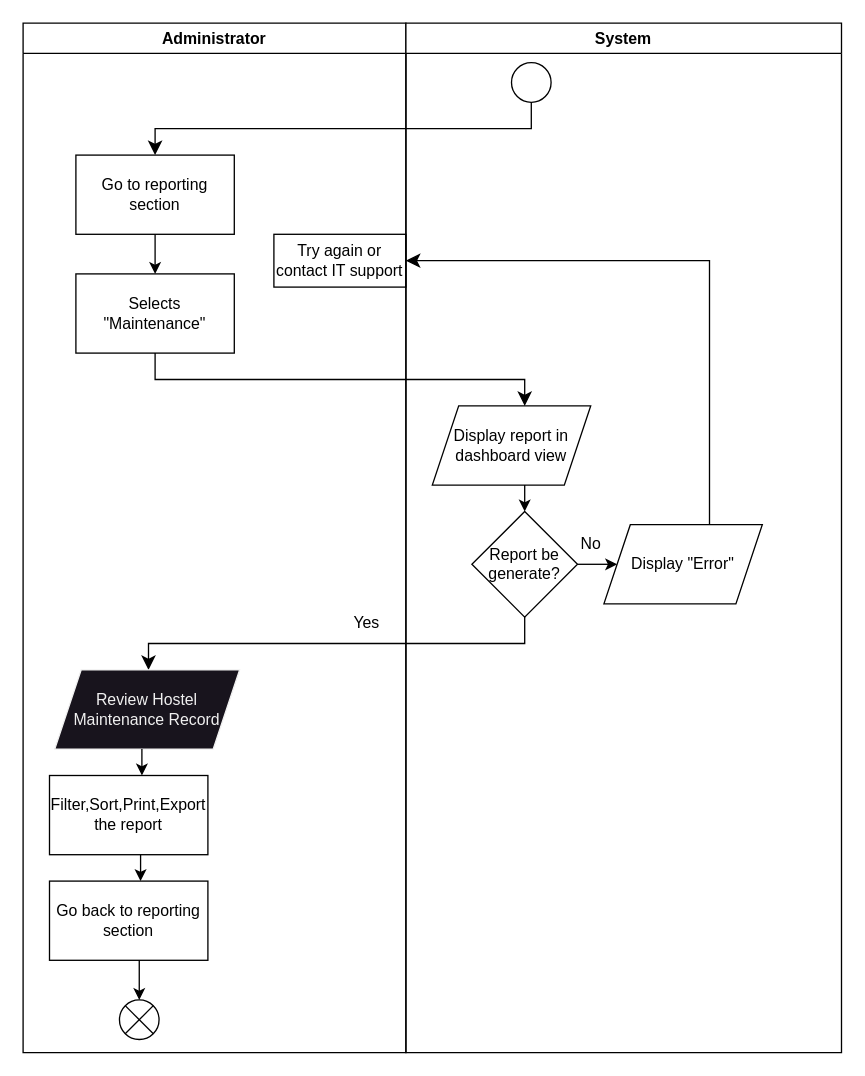
drshahizan/software-engineering keeps this draw.io diagram as project/drawio/stakeholder/activity diagram/uc08.drawio. Above is the earlier version. Source tidied: cells renumbered, new cells numbered last; positions are measured from the earlier drawing's top-left corner, leaving out a move shared by most shapes. Both pictures are drawn from the tidied source at 132%, with x=0, y=0 at pixel (22, 22).
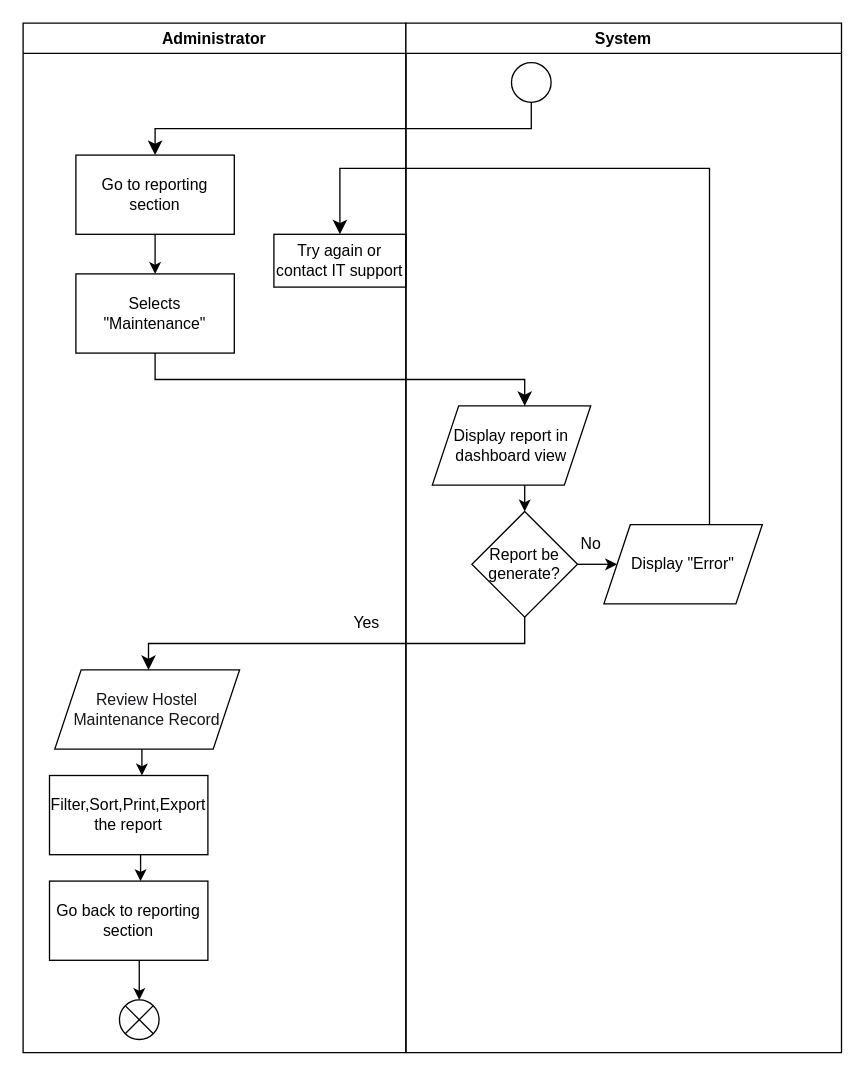
The same page after the edit.

Diff of the diagram source:
```diff
@@
-    <mxCell id="13" value="Review Hostel Maintenance Record" style="shape=parallelogram;perimeter=parallelogramPerimeter;whiteSpace=wrap;html=1;fixedSize=1;fontFamily=Helvetica;fontSize=12;fontColor=rgb(240, 240, 240);align=center;strokeColor=rgb(240, 240, 240);fillColor=rgb(24, 20, 29);" parent="1" vertex="1">
+    <mxCell id="13" value="&lt;font color=&quot;#18141d&quot;&gt;Review Hostel Maintenance Record&lt;/font&gt;" style="shape=parallelogram;perimeter=parallelogramPerimeter;whiteSpace=wrap;html=1;fixedSize=1;fontFamily=Helvetica;fontSize=12;fontColor=rgb(240, 240, 240);align=center;strokeColor=#000000;fillColor=#FFFFFF;" parent="1" vertex="1">
       <mxGeometry x="24" y="490" width="140" height="60" as="geometry" />
     </mxCell>
@@
     <mxCell id="23" style="edgeStyle=elbowEdgeStyle;elbow=vertical;endArrow=classic;html=1;curved=0;rounded=0;endSize=8;startSize=8;" parent="1" edge="1">
       <mxGeometry relative="1" as="geometry">
         <mxPoint x="520" y="380" as="sourcePoint" />
-        <mxPoint x="290" y="180" as="targetPoint" />
+        <mxPoint x="240" y="160" as="targetPoint" />
         <Array as="points">
-          <mxPoint x="380" y="180" />
+          <mxPoint x="250" y="110" />
         </Array>
       </mxGeometry>
     </mxCell>
```
